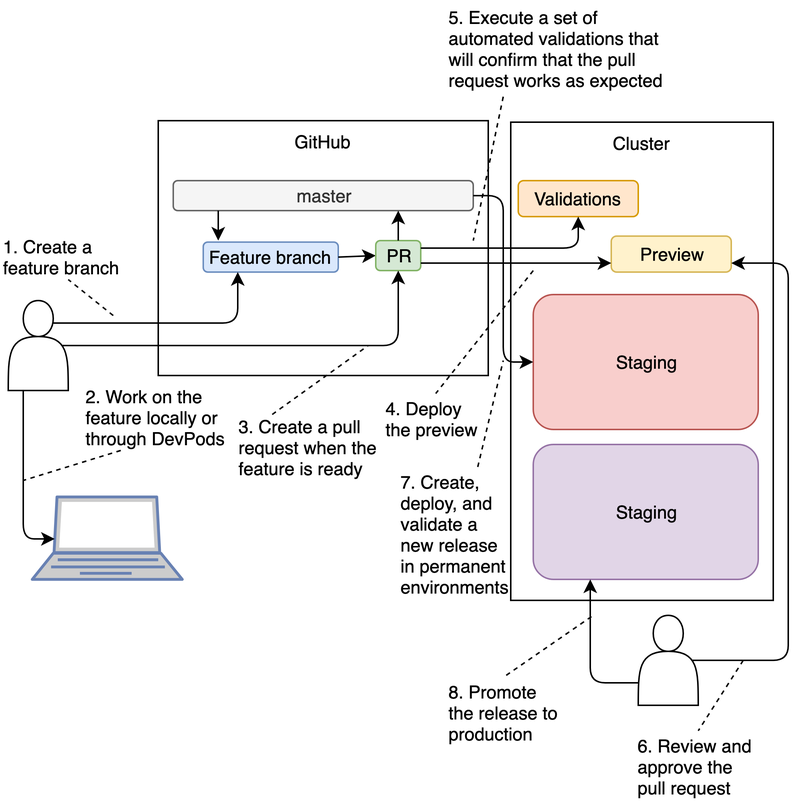
Above: jx/img/pr.png in vfarcic/vfarcic.github.io (draw.io), before the change. Source tidied: cells renumbered, new cells last; positions are measured from the earlier drawing's top-left corner, leaving out a move shared by most shapes. Source of this version:
```xml
<mxGraphModel>
  <root>
    <mxCell id="0" />
    <mxCell id="1" parent="0" />
    <mxCell id="2" value="Cluster" style="rounded=0;whiteSpace=wrap;html=1;align=center;verticalAlign=top;" parent="1" vertex="1">
      <mxGeometry x="340" y="81" width="175" height="319" as="geometry" />
    </mxCell>
    <mxCell id="3" value="GitHub" style="rounded=0;whiteSpace=wrap;html=1;verticalAlign=top;" parent="1" vertex="1">
      <mxGeometry x="105" y="80" width="220" height="170" as="geometry" />
    </mxCell>
    <mxCell id="4" value="master" style="rounded=1;whiteSpace=wrap;html=1;fillColor=#f5f5f5;strokeColor=#666666;fontColor=#333333;" parent="1" vertex="1">
      <mxGeometry x="115" y="120" width="200" height="20" as="geometry" />
    </mxCell>
    <mxCell id="5" value="Feature branch" style="rounded=1;whiteSpace=wrap;html=1;fillColor=#dae8fc;strokeColor=#6c8ebf;" parent="1" vertex="1">
      <mxGeometry x="135" y="161" width="90" height="20" as="geometry" />
    </mxCell>
    <mxCell id="6" style="endArrow=classic;html=1;exitX=0.15;exitY=1;exitDx=0;exitDy=0;exitPerimeter=0;" parent="1" edge="1" source="4">
      <mxGeometry relative="1" as="geometry">
        <mxPoint x="145" y="160" as="targetPoint" />
      </mxGeometry>
    </mxCell>
    <mxCell id="7" style="endArrow=classic;html=1;exitX=0.75;exitY=0.25;exitDx=0;exitDy=0;exitPerimeter=0;entryX=0.25;entryY=1;entryDx=0;entryDy=0;" parent="1" edge="1" source="19" target="5">
      <mxGeometry relative="1" as="geometry">
        <Array as="points">
          <mxPoint x="158" y="215" />
        </Array>
      </mxGeometry>
    </mxCell>
    <mxCell id="8" value="&lt;div&gt;1. Create a feature branch&lt;/div&gt;" style="text;html=1;strokeColor=none;fillColor=none;align=left;verticalAlign=middle;whiteSpace=wrap;rounded=0;" parent="1" vertex="1">
      <mxGeometry y="156" width="90" height="30" as="geometry" />
    </mxCell>
    <mxCell id="9" style="endArrow=none;dashed=1;html=1;entryX=0.5;entryY=1;entryDx=0;entryDy=0;" parent="1" edge="1" target="8">
      <mxGeometry relative="1" as="geometry">
        <mxPoint x="75" y="210" as="sourcePoint" />
      </mxGeometry>
    </mxCell>
    <mxCell id="10" style="fontColor=#0066CC;verticalAlign=top;verticalLabelPosition=bottom;labelPosition=center;align=center;html=1;outlineConnect=0;fillColor=#CCCCCC;strokeColor=#6881B3;gradientColor=none;gradientDirection=north;strokeWidth=2;shape=mxgraph.networks.laptop;" parent="1" vertex="1">
      <mxGeometry x="21" y="331" width="100" height="55" as="geometry" />
    </mxCell>
    <mxCell id="11" style="endArrow=classic;html=1;entryX=0.15;entryY=0.5;entryDx=0;entryDy=0;entryPerimeter=0;exitX=0.25;exitY=1;exitDx=0;exitDy=0;" parent="1" edge="1" source="19" target="10">
      <mxGeometry relative="1" as="geometry">
        <Array as="points">
          <mxPoint x="15" y="359" />
        </Array>
      </mxGeometry>
    </mxCell>
    <mxCell id="12" value="&lt;div&gt;2.&amp;nbsp;&lt;span&gt;Work on the feature locally or through DevPods&lt;/span&gt;&lt;/div&gt;" style="text;html=1;strokeColor=none;fillColor=none;align=left;verticalAlign=middle;whiteSpace=wrap;rounded=0;" parent="1" vertex="1">
      <mxGeometry x="55" y="256" width="100" height="44" as="geometry" />
    </mxCell>
    <mxCell id="13" style="endArrow=none;dashed=1;html=1;exitX=0.25;exitY=1;exitDx=0;exitDy=0;" parent="1" edge="1" source="12">
      <mxGeometry relative="1" as="geometry">
        <mxPoint x="15" y="320" as="targetPoint" />
      </mxGeometry>
    </mxCell>
    <mxCell id="14" style="endArrow=classic;html=1;exitX=1;exitY=0.5;exitDx=0;exitDy=0;entryX=0;entryY=0.5;entryDx=0;entryDy=0;" parent="1" edge="1" source="5" target="15">
      <mxGeometry relative="1" as="geometry" />
    </mxCell>
    <mxCell id="15" value="PR" style="rounded=1;whiteSpace=wrap;html=1;align=center;fillColor=#d5e8d4;strokeColor=#82b366;" parent="1" vertex="1">
      <mxGeometry x="250" y="160" width="30" height="20" as="geometry" />
    </mxCell>
    <mxCell id="16" value="&lt;div&gt;3. Create a pull request when the feature is ready&lt;/div&gt;" style="text;html=1;strokeColor=none;fillColor=none;align=left;verticalAlign=middle;whiteSpace=wrap;rounded=0;" parent="1" vertex="1">
      <mxGeometry x="157" y="276" width="95" height="44" as="geometry" />
    </mxCell>
    <mxCell id="17" style="endArrow=classic;html=1;entryX=0.5;entryY=1;entryDx=0;entryDy=0;exitX=0.9;exitY=0.5;exitDx=0;exitDy=0;exitPerimeter=0;" parent="1" edge="1" source="19" target="15">
      <mxGeometry relative="1" as="geometry">
        <Array as="points">
          <mxPoint x="265" y="230" />
        </Array>
      </mxGeometry>
    </mxCell>
    <mxCell id="18" style="endArrow=none;dashed=1;html=1;exitX=0.25;exitY=0;exitDx=0;exitDy=0;" parent="1" edge="1" source="16">
      <mxGeometry relative="1" as="geometry">
        <mxPoint x="245" y="230" as="targetPoint" />
      </mxGeometry>
    </mxCell>
    <mxCell id="19" style="shape=actor;whiteSpace=wrap;html=1;align=center;" parent="1" vertex="1">
      <mxGeometry x="5" y="200" width="40" height="60" as="geometry" />
    </mxCell>
    <mxCell id="20" value="Validations" style="rounded=1;whiteSpace=wrap;html=1;align=center;fillColor=#ffe6cc;strokeColor=#d79b00;" parent="1" vertex="1">
      <mxGeometry x="345" y="120" width="80" height="24" as="geometry" />
    </mxCell>
    <mxCell id="21" style="endArrow=classic;html=1;exitX=1;exitY=0.25;exitDx=0;exitDy=0;entryX=0.5;entryY=1;entryDx=0;entryDy=0;" parent="1" edge="1" source="15" target="20">
      <mxGeometry relative="1" as="geometry">
        <Array as="points">
          <mxPoint x="385" y="165" />
        </Array>
      </mxGeometry>
    </mxCell>
    <mxCell id="22" value="&lt;div&gt;5. Execute a set of automated validations that will confirm that the pull request works as expected&lt;/div&gt;" style="text;html=1;strokeColor=none;fillColor=none;align=left;verticalAlign=middle;whiteSpace=wrap;rounded=0;" parent="1" vertex="1">
      <mxGeometry x="297" width="150" height="64" as="geometry" />
    </mxCell>
    <mxCell id="23" style="endArrow=none;dashed=1;html=1;exitX=0.25;exitY=1;exitDx=0;exitDy=0;" parent="1" edge="1" source="22">
      <mxGeometry relative="1" as="geometry">
        <mxPoint x="315" y="160" as="targetPoint" />
      </mxGeometry>
    </mxCell>
    <mxCell id="24" style="shape=actor;whiteSpace=wrap;html=1;align=center;" parent="1" vertex="1">
      <mxGeometry x="425" y="410" width="40" height="60" as="geometry" />
    </mxCell>
    <mxCell id="25" value="Preview" style="rounded=1;whiteSpace=wrap;html=1;align=center;fillColor=#fff2cc;strokeColor=#d6b656;" parent="1" vertex="1">
      <mxGeometry x="407" y="157" width="80" height="24" as="geometry" />
    </mxCell>
    <mxCell id="26" style="endArrow=classic;html=1;exitX=1;exitY=0.75;exitDx=0;exitDy=0;entryX=0;entryY=0.75;entryDx=0;entryDy=0;" parent="1" edge="1" source="15" target="25">
      <mxGeometry relative="1" as="geometry" />
    </mxCell>
    <mxCell id="27" value="&lt;div&gt;4. Deploy the preview&lt;/div&gt;" style="text;html=1;strokeColor=none;fillColor=none;align=left;verticalAlign=middle;whiteSpace=wrap;rounded=0;" parent="1" vertex="1">
      <mxGeometry x="255" y="262" width="70" height="34" as="geometry" />
    </mxCell>
    <mxCell id="28" style="endArrow=none;dashed=1;html=1;entryX=0.5;entryY=0;entryDx=0;entryDy=0;" parent="1" edge="1" target="27">
      <mxGeometry relative="1" as="geometry">
        <mxPoint x="355" y="180" as="sourcePoint" />
      </mxGeometry>
    </mxCell>
    <mxCell id="29" value="&lt;div&gt;6. Review and approve the pull request&lt;/div&gt;" style="text;html=1;strokeColor=none;fillColor=none;align=left;verticalAlign=middle;whiteSpace=wrap;rounded=0;" parent="1" vertex="1">
      <mxGeometry x="422.5" y="487" width="85" height="47" as="geometry" />
    </mxCell>
    <mxCell id="30" style="endArrow=classic;html=1;exitX=0.9;exitY=0.5;exitDx=0;exitDy=0;entryX=1;entryY=0.75;entryDx=0;entryDy=0;exitPerimeter=0;" parent="1" edge="1" source="24" target="25">
      <mxGeometry relative="1" as="geometry">
        <Array as="points">
          <mxPoint x="525" y="440" />
          <mxPoint x="525" y="175" />
        </Array>
      </mxGeometry>
    </mxCell>
    <mxCell id="31" style="endArrow=none;dashed=1;html=1;entryX=0.5;entryY=0;entryDx=0;entryDy=0;" parent="1" edge="1" target="29">
      <mxGeometry relative="1" as="geometry">
        <mxPoint x="495" y="440" as="sourcePoint" />
      </mxGeometry>
    </mxCell>
    <mxCell id="32" style="endArrow=classic;html=1;exitX=0.5;exitY=0;exitDx=0;exitDy=0;entryX=0.75;entryY=1;entryDx=0;entryDy=0;" parent="1" edge="1" source="15" target="4">
      <mxGeometry relative="1" as="geometry" />
    </mxCell>
    <mxCell id="33" value="Staging" style="rounded=1;whiteSpace=wrap;html=1;align=center;fillColor=#f8cecc;strokeColor=#b85450;" parent="1" vertex="1">
      <mxGeometry x="355" y="196" width="150" height="90" as="geometry" />
    </mxCell>
    <mxCell id="34" style="endArrow=classic;html=1;exitX=1;exitY=0.5;exitDx=0;exitDy=0;entryX=0;entryY=0.5;entryDx=0;entryDy=0;" parent="1" edge="1" source="4" target="33">
      <mxGeometry relative="1" as="geometry">
        <Array as="points">
          <mxPoint x="335" y="130" />
          <mxPoint x="335" y="241" />
        </Array>
      </mxGeometry>
    </mxCell>
    <mxCell id="35" value="&lt;div&gt;7.&amp;nbsp;&lt;span&gt;Create, deploy, and validate a new release in permanent environments&lt;/span&gt;&lt;/div&gt;" style="text;html=1;strokeColor=none;fillColor=none;align=left;verticalAlign=middle;whiteSpace=wrap;rounded=0;" parent="1" vertex="1">
      <mxGeometry x="265" y="311" width="70" height="89" as="geometry" />
    </mxCell>
    <mxCell id="36" style="endArrow=none;dashed=1;html=1;exitX=0.75;exitY=0;exitDx=0;exitDy=0;" parent="1" edge="1" source="35">
      <mxGeometry relative="1" as="geometry">
        <mxPoint x="335" y="240" as="targetPoint" />
      </mxGeometry>
    </mxCell>
    <mxCell id="37" value="&lt;div&gt;&lt;span&gt;8.&lt;/span&gt; Promote the release to production&lt;/div&gt;" style="text;html=1;strokeColor=none;fillColor=none;align=left;verticalAlign=middle;whiteSpace=wrap;rounded=0;" parent="1" vertex="1">
      <mxGeometry x="297" y="450" width="80" height="50" as="geometry" />
    </mxCell>
    <mxCell id="38" value="Staging" style="rounded=1;whiteSpace=wrap;html=1;align=center;fillColor=#e1d5e7;strokeColor=#9673a6;" parent="1" vertex="1">
      <mxGeometry x="355" y="296" width="150" height="90" as="geometry" />
    </mxCell>
    <mxCell id="39" style="endArrow=classic;html=1;exitX=0;exitY=0.75;exitDx=0;exitDy=0;entryX=0.25;entryY=1;entryDx=0;entryDy=0;" parent="1" edge="1" source="24" target="38">
      <mxGeometry relative="1" as="geometry">
        <Array as="points">
          <mxPoint x="393" y="455" />
        </Array>
      </mxGeometry>
    </mxCell>
    <mxCell id="40" style="endArrow=none;dashed=1;html=1;exitX=0.5;exitY=0;exitDx=0;exitDy=0;" parent="1" edge="1" source="37">
      <mxGeometry relative="1" as="geometry">
        <mxPoint x="395" y="410" as="targetPoint" />
      </mxGeometry>
    </mxCell>
  </root>
</mxGraphModel>
```
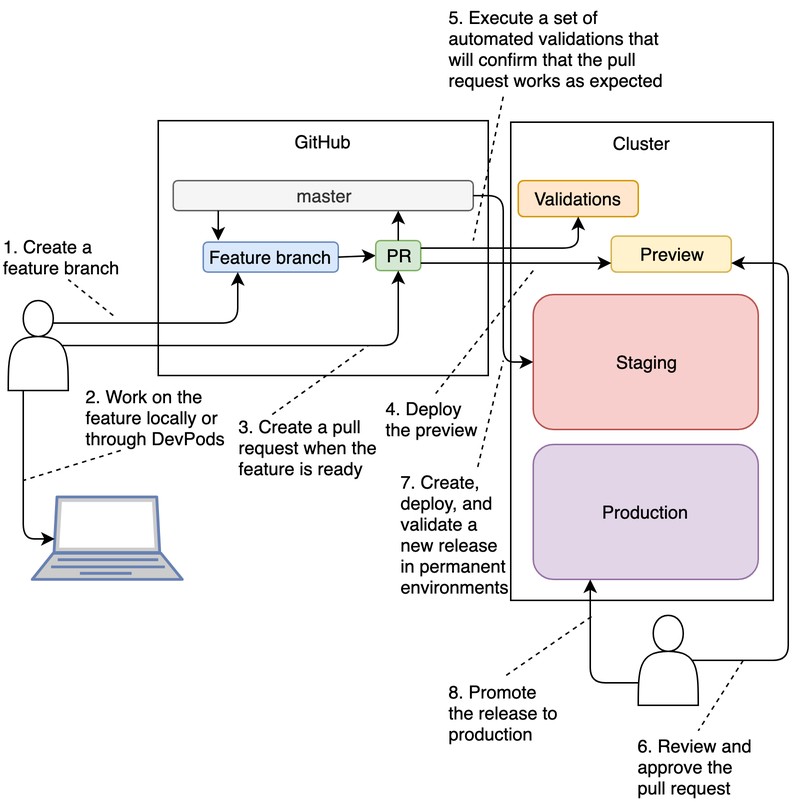
After the commit.

What changed in the source:
```diff
@@ -152,7 +152,7 @@
     <mxCell id="37" value="&lt;div&gt;&lt;span&gt;8.&lt;/span&gt; Promote the release to production&lt;/div&gt;" style="text;html=1;strokeColor=none;fillColor=none;align=left;verticalAlign=middle;whiteSpace=wrap;rounded=0;" parent="1" vertex="1">
       <mxGeometry x="297" y="450" width="80" height="50" as="geometry" />
     </mxCell>
-    <mxCell id="38" value="Staging" style="rounded=1;whiteSpace=wrap;html=1;align=center;fillColor=#e1d5e7;strokeColor=#9673a6;" parent="1" vertex="1">
+    <mxCell id="38" value="Production" style="rounded=1;whiteSpace=wrap;html=1;align=center;fillColor=#e1d5e7;strokeColor=#9673a6;" parent="1" vertex="1">
       <mxGeometry x="355" y="296" width="150" height="90" as="geometry" />
     </mxCell>
     <mxCell id="39" style="endArrow=classic;html=1;exitX=0;exitY=0.75;exitDx=0;exitDy=0;entryX=0.25;entryY=1;entryDx=0;entryDy=0;" parent="1" edge="1" source="24" target="38">
```
